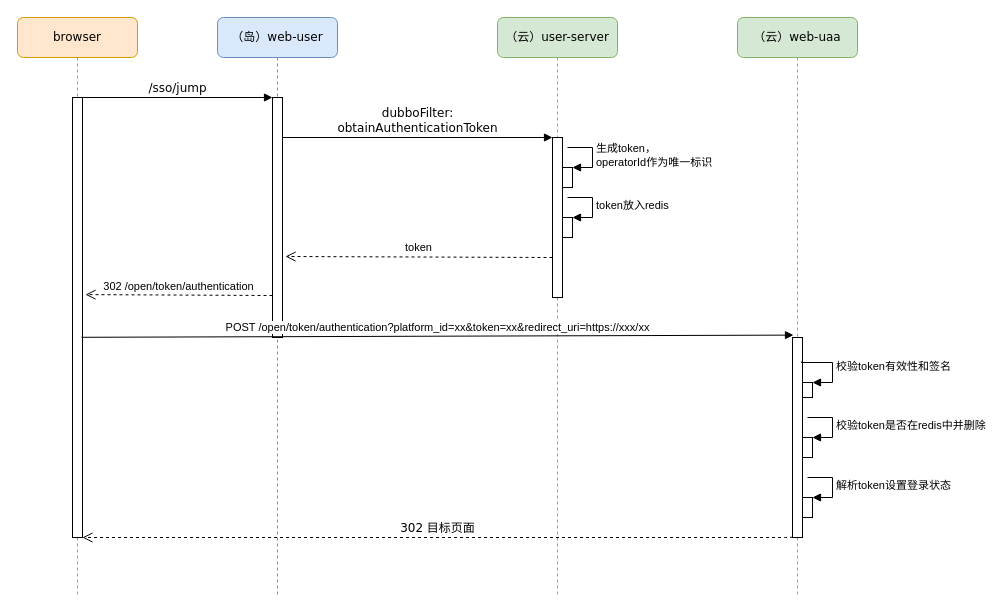
ezuike/app.diagrams.net keeps this draw.io diagram as token授信.drawio. Above is the earlier version. Source tidied: cells renumbered, new cells numbered last; positions are measured from the earlier drawing's top-left corner, leaving out a move shared by most shapes. Both pictures are drawn from the tidied source at 100%, with x=0, y=0 at pixel (17, 17).
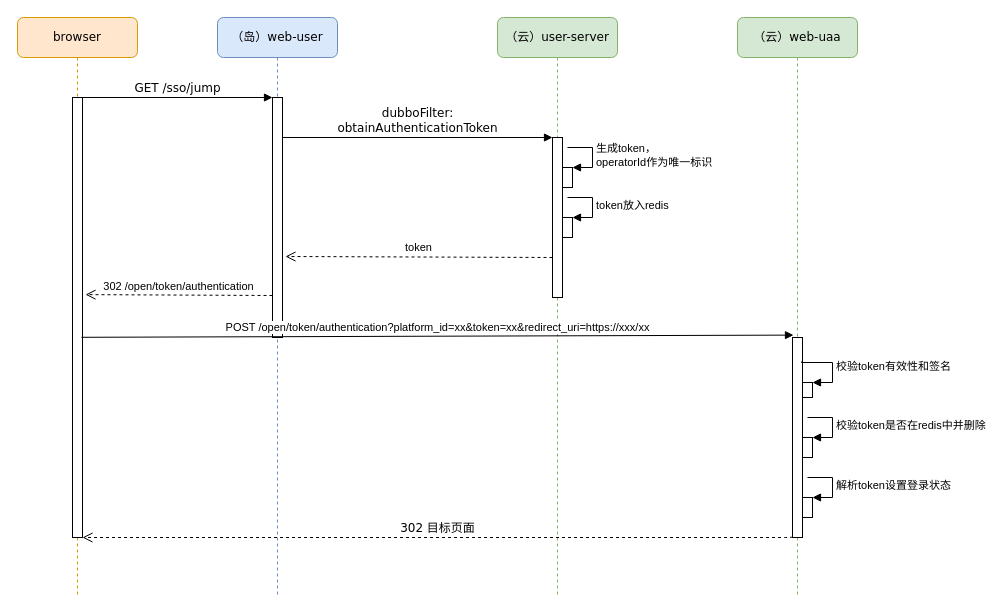
The same diagram, later.

The change refers to these unchanged cells:
```xml
<mxCell id="3" style="html=1;points=[];perimeter=orthogonalPerimeter;rounded=0;shadow=0;comic=0;labelBackgroundColor=none;strokeWidth=1;fontFamily=Verdana;fontSize=12;align=center;" parent="2" vertex="1">
  <mxGeometry x="55" y="80" width="10" height="240" as="geometry" />
</mxCell>
<mxCell id="13" style="html=1;points=[];perimeter=orthogonalPerimeter;rounded=0;shadow=0;comic=0;labelBackgroundColor=none;strokeWidth=1;fontFamily=Verdana;fontSize=12;align=center;" parent="12" vertex="1">
  <mxGeometry x="55" y="80" width="10" height="440" as="geometry" />
</mxCell>
```

Change to the diagram source:
```diff
@@
-    <mxCell id="15" value="/sso/jump" style="html=1;verticalAlign=bottom;endArrow=block;entryX=0;entryY=0;labelBackgroundColor=none;fontFamily=Verdana;fontSize=12;edgeStyle=elbowEdgeStyle;elbow=vertical;" parent="1" edge="1" source="13" target="3">
+    <mxCell id="15" value="GET /sso/jump" style="html=1;verticalAlign=bottom;endArrow=block;entryX=0;entryY=0;labelBackgroundColor=none;fontFamily=Verdana;fontSize=12;edgeStyle=elbowEdgeStyle;elbow=vertical;" parent="1" edge="1" source="13" target="3">
       <mxGeometry relative="1" as="geometry" />
     </mxCell>
```
